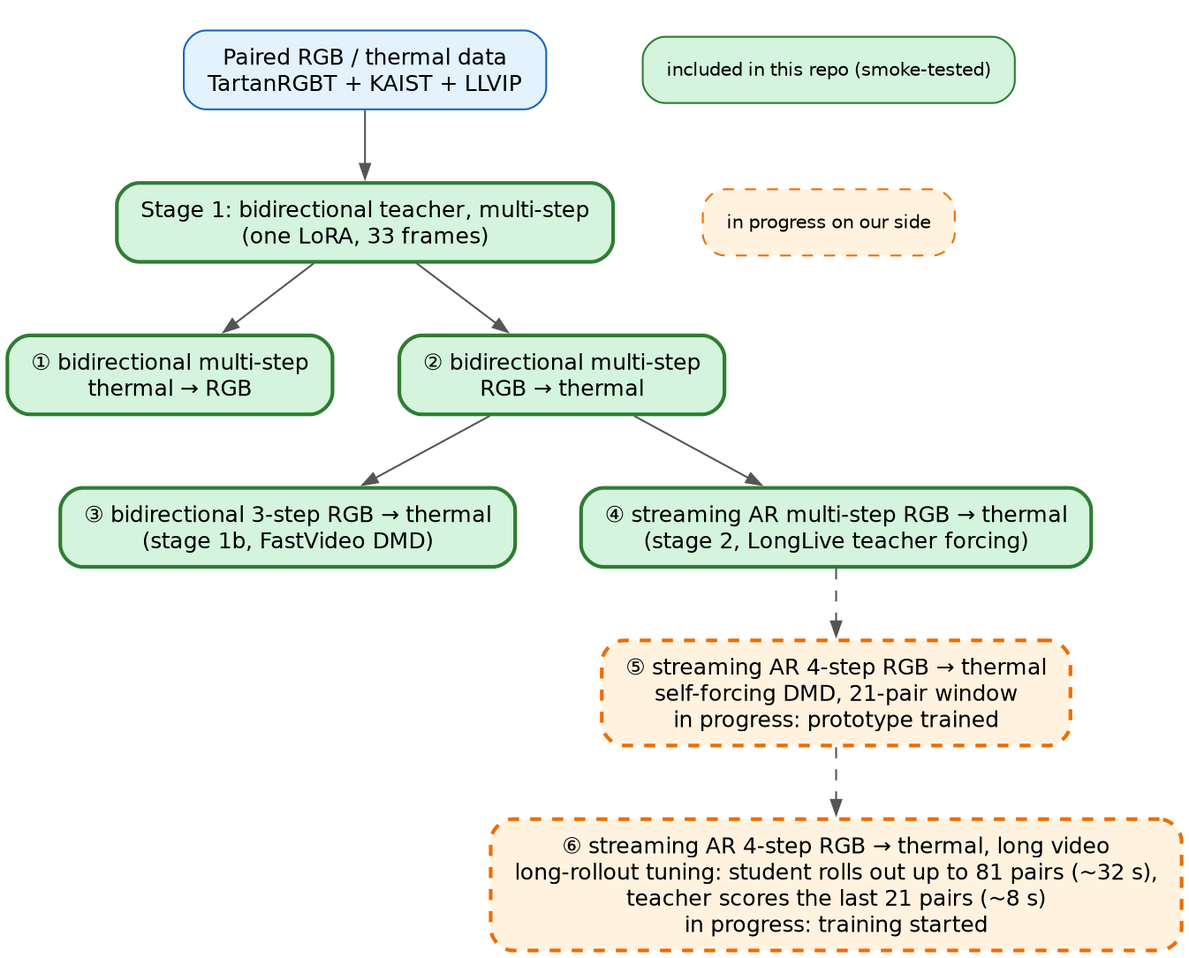
Earlier version of the Graphviz export assets/model_tree.png (Greenery-S/thermal_v2v). Its source is kept beside it as assets/model_tree.dot. Source of this version:
```dot
digraph G {
  rankdir=TB; nodesep=0.5; ranksep=0.55; bgcolor="white";
  node [shape=box, style="rounded,filled", fontname="Helvetica", fontsize=12, margin="0.18,0.10"];
  edge [color="#555555", arrowsize=0.8];
  D   [label="Paired RGB / thermal data\nTartanRGBT + KAIST + LLVIP", fillcolor="#e3f2fd", color="#1565c0"];
  B   [label="Stage 1: bidirectional teacher, multi-step\n(one LoRA, 33 frames)", fillcolor="#d4f4dd", color="#2e7d32", penwidth=2];
  T2R [label="① bidirectional multi-step\nthermal → RGB", fillcolor="#d4f4dd", color="#2e7d32", penwidth=2];
  R2T [label="② bidirectional multi-step\nRGB → thermal", fillcolor="#d4f4dd", color="#2e7d32", penwidth=2];
  FS  [label="③ bidirectional 3-step RGB → thermal\n(stage 1b, FastVideo DMD)", fillcolor="#d4f4dd", color="#2e7d32", penwidth=2];
  AR  [label="④ streaming AR multi-step RGB → thermal\n(stage 2, LongLive teacher forcing)", fillcolor="#d4f4dd", color="#2e7d32", penwidth=2];
  SF  [label="⑤ streaming AR 4-step RGB → thermal\nself-forcing DMD, 21-pair window\nin progress: prototype trained", fillcolor="#fff3e0", color="#ef6c00", style="rounded,filled,dashed", penwidth=2];
  LR  [label="⑥ streaming AR 4-step RGB → thermal, long video\nlong-rollout tuning: student rolls out up to 81 pairs (~32 s),\nteacher scores the last 21 pairs (~8 s)\nin progress: training started", fillcolor="#fff3e0", color="#ef6c00", style="rounded,filled,dashed", penwidth=2];
  D -> B; B -> T2R; B -> R2T; R2T -> FS; R2T -> AR;
  AR -> SF [style=dashed]; SF -> LR [style=dashed];
  subgraph cluster_legend { label=""; color="white";
    L1 [label="included in this repo (smoke-tested)", fillcolor="#d4f4dd", color="#2e7d32", fontsize=10];
    L2 [label="in progress on our side", fillcolor="#fff3e0", color="#ef6c00", style="rounded,filled,dashed", fontsize=10];
    L1 -> L2 [style=invis]; }
}
```
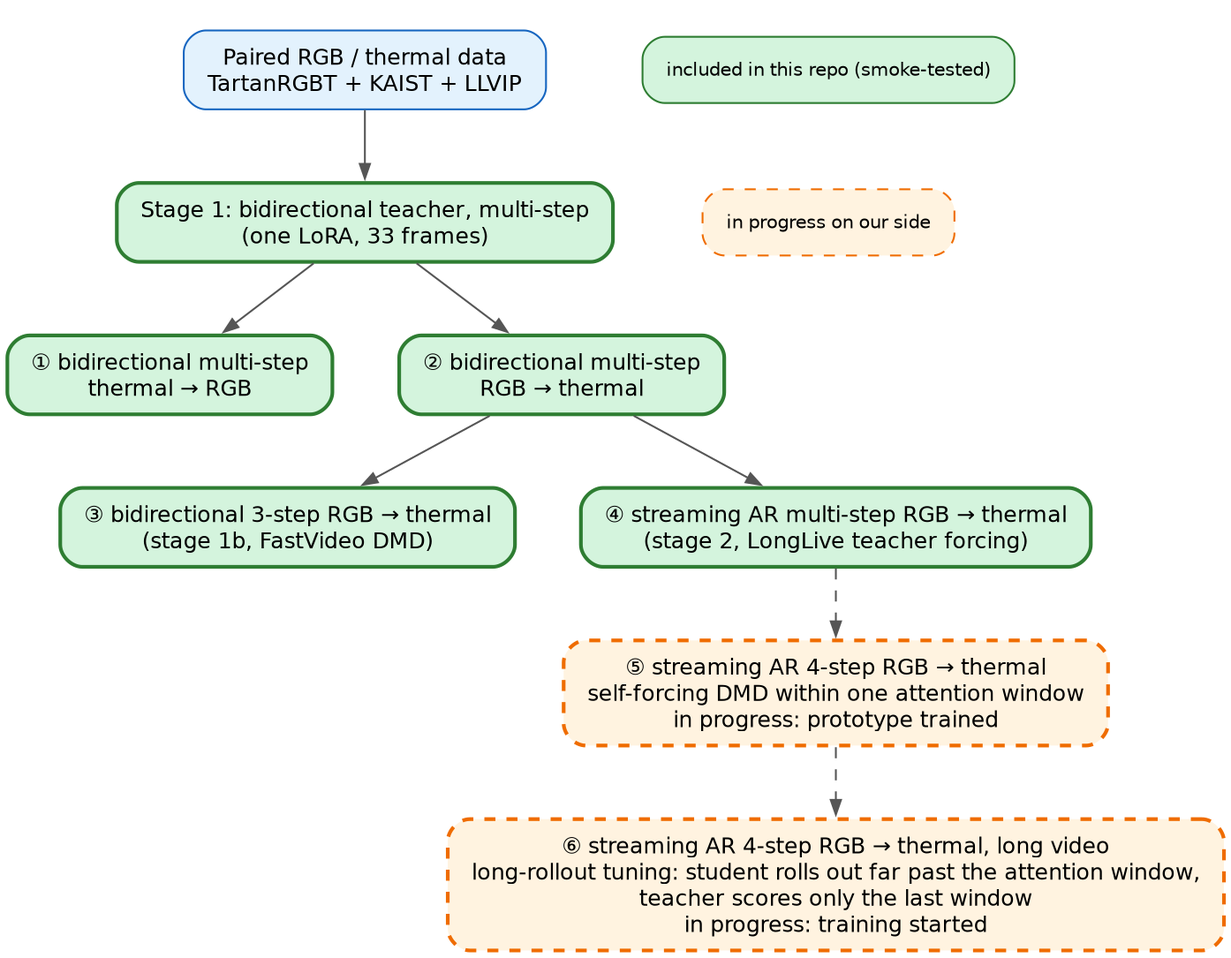
After the commit.

Commit message:
AGENTS.md runbook for AI agents; wandb + timed eval fixes (stage 1b forward context, mp4 logging); model tree

What changed in the source:
```diff
@@ -8,8 +8,8 @@
   R2T [label="② bidirectional multi-step\nRGB → thermal", fillcolor="#d4f4dd", color="#2e7d32", penwidth=2];
   FS  [label="③ bidirectional 3-step RGB → thermal\n(stage 1b, FastVideo DMD)", fillcolor="#d4f4dd", color="#2e7d32", penwidth=2];
   AR  [label="④ streaming AR multi-step RGB → thermal\n(stage 2, LongLive teacher forcing)", fillcolor="#d4f4dd", color="#2e7d32", penwidth=2];
-  SF  [label="⑤ streaming AR 4-step RGB → thermal\nself-forcing DMD, 21-pair window\nin progress: prototype trained", fillcolor="#fff3e0", color="#ef6c00", style="rounded,filled,dashed", penwidth=2];
-  LR  [label="⑥ streaming AR 4-step RGB → thermal, long video\nlong-rollout tuning: student rolls out up to 81 pairs (~32 s),\nteacher scores the last 21 pairs (~8 s)\nin progress: training started", fillcolor="#fff3e0", color="#ef6c00", style="rounded,filled,dashed", penwidth=2];
+  SF  [label="⑤ streaming AR 4-step RGB → thermal\nself-forcing DMD within one attention window\nin progress: prototype trained", fillcolor="#fff3e0", color="#ef6c00", style="rounded,filled,dashed", penwidth=2];
+  LR  [label="⑥ streaming AR 4-step RGB → thermal, long video\nlong-rollout tuning: student rolls out far past the attention window,\nteacher scores only the last window\nin progress: training started", fillcolor="#fff3e0", color="#ef6c00", style="rounded,filled,dashed", penwidth=2];
   D -> B; B -> T2R; B -> R2T; R2T -> FS; R2T -> AR;
   AR -> SF [style=dashed]; SF -> LR [style=dashed];
   subgraph cluster_legend { label=""; color="white";
```
